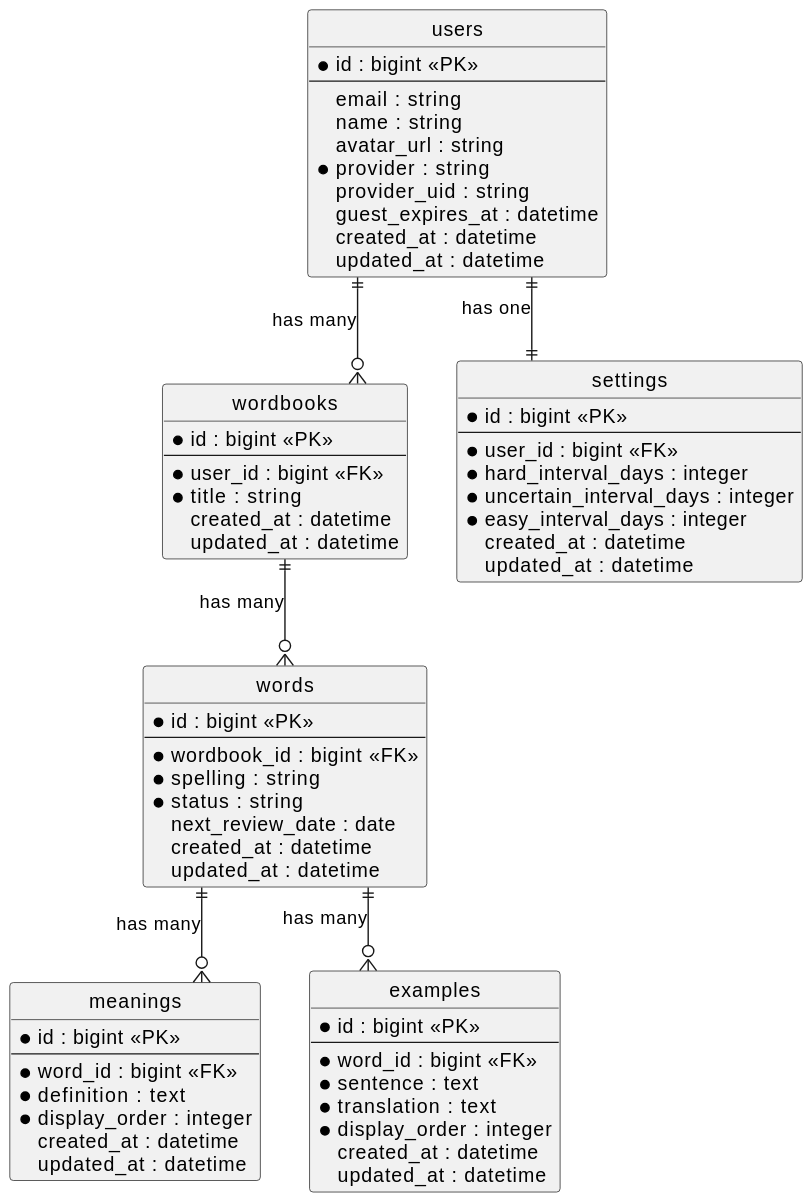
pepper-chicken-dev/wordbeetle-api keeps this PlantUML diagram as docs/er_diagram.svg. Above is the earlier version.
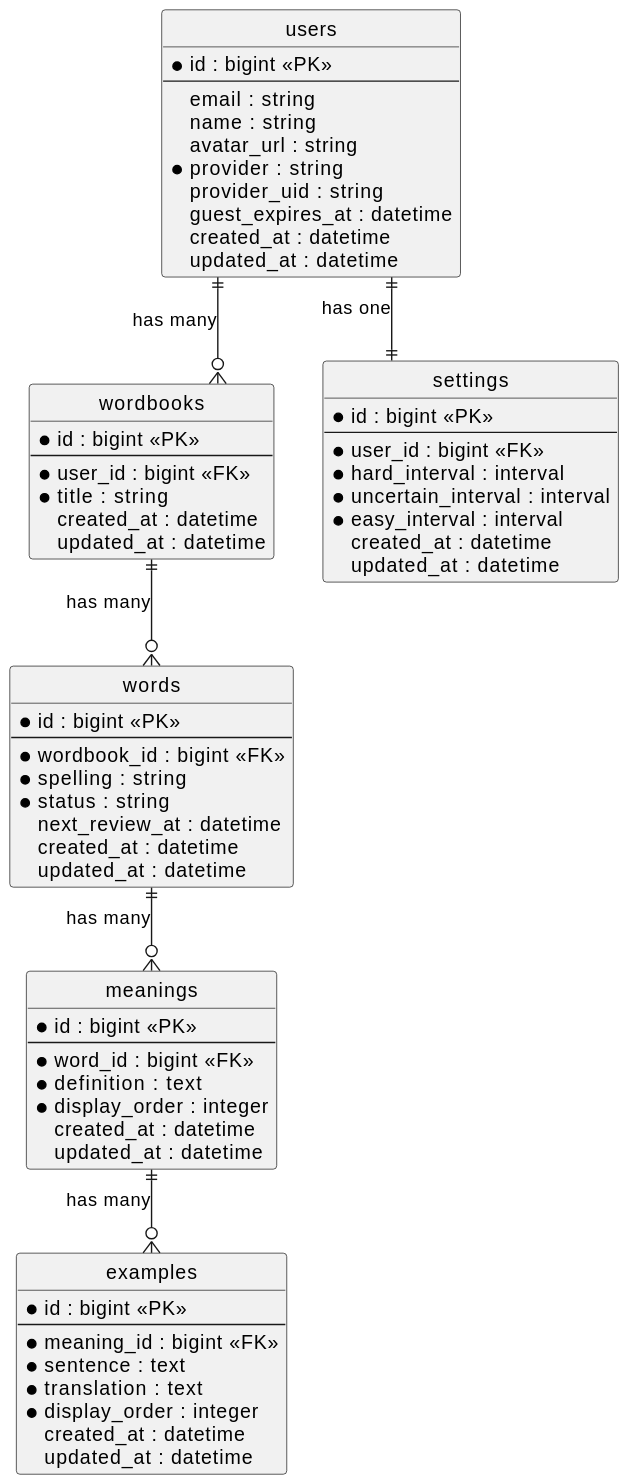
Later version of the same file.

Commit message:
docs(er): align ER diagram with current schema

Update next_review_at to datetime and convert *_interval columns from integer
days to PostgreSQL interval type to reflect the current schema.

The edit, as a diff of the source:
```diff
@@ -31,7 +31,7 @@
   *wordbook_id : bigint <<FK>>
   *spelling : string
   *status : string
-  next_review_date : date
+  next_review_at : datetime
   created_at : datetime
   updated_at : datetime
 }
@@ -49,7 +49,7 @@
 entity "examples" as examples {
   *id : bigint <<PK>>
   --
-  *word_id : bigint <<FK>>
+  *meaning_id : bigint <<FK>>
   *sentence : text
   *translation : text
   *display_order : integer
@@ -61,9 +61,9 @@
   *id : bigint <<PK>>
   --
   *user_id : bigint <<FK>>
-  *hard_interval_days : integer
-  *uncertain_interval_days : integer
-  *easy_interval_days : integer
+  *hard_interval : interval
+  *uncertain_interval : interval
+  *easy_interval : interval
   created_at : datetime
   updated_at : datetime
 }
@@ -72,5 +72,5 @@
 users ||--|| settings : "has one"
 wordbooks ||--o{ words : "has many"
 words ||--o{ meanings : "has many"
-words ||--o{ examples : "has many"
+meanings ||--o{ examples : "has many"
 @enduml
```
